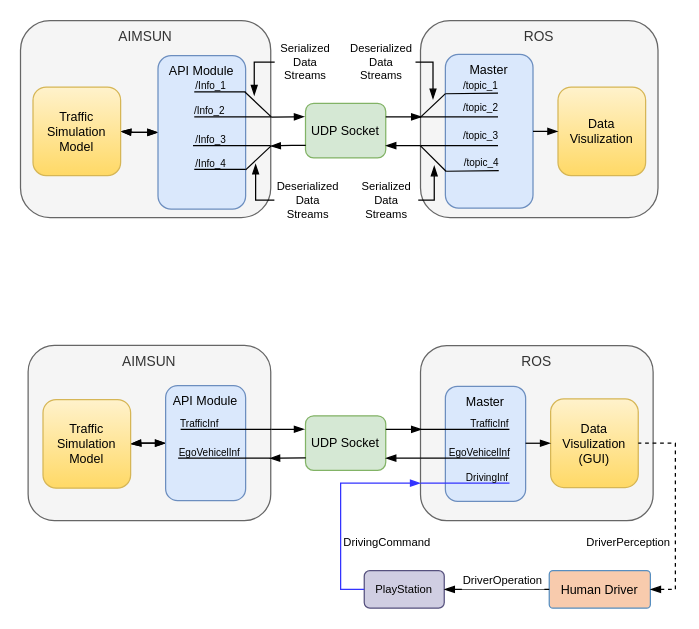
Above: page "Page-1" (1 of 2) of ROS_AIMSUN_Bridge.drawio in LimingGao/draw_io (draw.io), before the change. Source tidied: cells renumbered, new cells numbered last; positions are measured from the earlier drawing's top-left corner, leaving out a move shared by most shapes. Both pictures are drawn from the tidied source at 125%, with x=0, y=0 at pixel (20, 20).
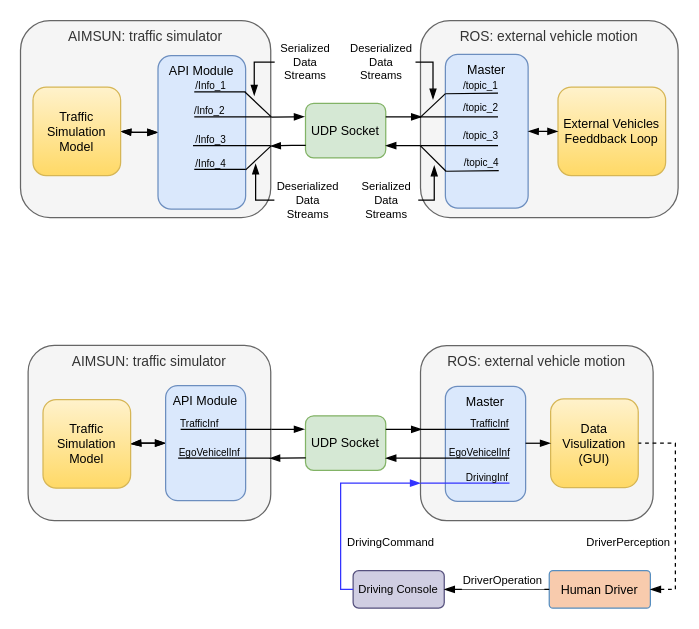
The same diagram, later.

What changed in the source:
```diff
@@
-    <mxCell id="2" value="AIMSUN" style="rounded=1;align=center;verticalAlign=top;fontSize=11;fontStyle=0;strokeColor=#666666;fillColor=#f5f5f5;fontColor=#333333;glass=0;" parent="1" vertex="1">
+    <mxCell id="2" value="AIMSUN: traffic simulator" style="rounded=1;align=center;verticalAlign=top;fontSize=11;fontStyle=0;strokeColor=#666666;fillColor=#f5f5f5;fontColor=#333333;glass=0;" parent="1" vertex="1">
       <mxGeometry x="-0.1" width="200.2" height="157.5" as="geometry" />
     </mxCell>
@@
-    <mxCell id="8" value="ROS" style="rounded=1;align=center;verticalAlign=top;fontSize=11;fontStyle=0;strokeColor=#666666;fillColor=#f5f5f5;fontColor=#333333;glass=0;" parent="1" vertex="1">
-      <mxGeometry x="319.9" width="190" height="157.5" as="geometry" />
+    <mxCell id="8" value="ROS: external vehicle motion" style="rounded=1;align=center;verticalAlign=top;fontSize=11;fontStyle=0;strokeColor=#666666;fillColor=#f5f5f5;fontColor=#333333;glass=0;" parent="1" vertex="1">
+      <mxGeometry x="319.9" width="206.1" height="157.5" as="geometry" />
     </mxCell>
     <mxCell id="9" value="Master" style="rounded=1;align=center;verticalAlign=top;fontSize=10;fontStyle=0;fillColor=#dae8fc;strokeColor=#6c8ebf;" parent="1" vertex="1">
-      <mxGeometry x="339.8" y="27" width="70.1" height="123" as="geometry" />
+      <mxGeometry x="339.8" y="27" width="66.2" height="123" as="geometry" />
     </mxCell>
-    <mxCell id="10" value="Data&#10;Visulization" style="rounded=1;align=center;verticalAlign=middle;fontSize=10;fontStyle=0;fillColor=#fff2cc;strokeColor=#d6b656;gradientColor=#ffd966;" parent="1" vertex="1">
-      <mxGeometry x="429.9" y="53.1" width="70.1" height="70.9" as="geometry" />
+    <mxCell id="10" value="External Vehicles&#10;Feeddback Loop" style="rounded=1;align=center;verticalAlign=middle;fontSize=10;fontStyle=0;fillColor=#fff2cc;strokeColor=#d6b656;gradientColor=#ffd966;" parent="1" vertex="1">
+      <mxGeometry x="429.9" y="53.1" width="86.1" height="70.9" as="geometry" />
     </mxCell>
@@
-    <mxCell id="13" style="edgeStyle=orthogonalEdgeStyle;rounded=0;jettySize=auto;startArrow=blockThin;startFill=1;endArrow=none;endFill=0;strokeWidth=1;entryX=1;entryY=0.5;entryDx=0;entryDy=0;" parent="1" edge="1" source="10" target="9">
+    <mxCell id="13" style="edgeStyle=orthogonalEdgeStyle;rounded=0;jettySize=auto;startArrow=blockThin;startFill=1;endArrow=blockThin;endFill=1;strokeWidth=1;entryX=1;entryY=0.5;entryDx=0;entryDy=0;" parent="1" edge="1" source="10" target="9">
       <mxGeometry relative="1" as="geometry" />
     </mxCell>
@@
-    <mxCell id="44" value="AIMSUN" style="rounded=1;align=center;verticalAlign=top;fontSize=11;fontStyle=0;strokeColor=#666666;fillColor=#f5f5f5;fontColor=#333333;glass=0;" parent="1" vertex="1">
+    <mxCell id="44" value="AIMSUN: traffic simulator" style="rounded=1;align=center;verticalAlign=top;fontSize=11;fontStyle=0;strokeColor=#666666;fillColor=#f5f5f5;fontColor=#333333;glass=0;" parent="1" vertex="1">
       <mxGeometry x="6" y="259.8" width="194.1" height="140.2" as="geometry" />
     </mxCell>
@@
-    <mxCell id="50" value="ROS" style="rounded=1;align=center;verticalAlign=top;fontSize=11;fontStyle=0;strokeColor=#666666;fillColor=#f5f5f5;fontColor=#333333;glass=0;" parent="1" vertex="1">
+    <mxCell id="50" value="ROS: external vehicle motion" style="rounded=1;align=center;verticalAlign=top;fontSize=11;fontStyle=0;strokeColor=#666666;fillColor=#f5f5f5;fontColor=#333333;glass=0;" parent="1" vertex="1">
       <mxGeometry x="319.9" y="260" width="186.1" height="140" as="geometry" />
     </mxCell>
@@
-    <mxCell id="69" value="PlayStation" style="rounded=1;align=center;verticalAlign=middle;fillColor=#d0cee2;strokeColor=#56517e;fontSize=9;fontStyle=0;" parent="1" vertex="1">
-      <mxGeometry x="274.9" y="440" width="64" height="30" as="geometry" />
+    <mxCell id="69" value="Driving Console" style="rounded=1;align=center;verticalAlign=middle;fillColor=#d0cee2;strokeColor=#56517e;fontSize=9;fontStyle=0;" parent="1" vertex="1">
+      <mxGeometry x="266" y="440" width="72.9" height="30" as="geometry" />
     </mxCell>
```
